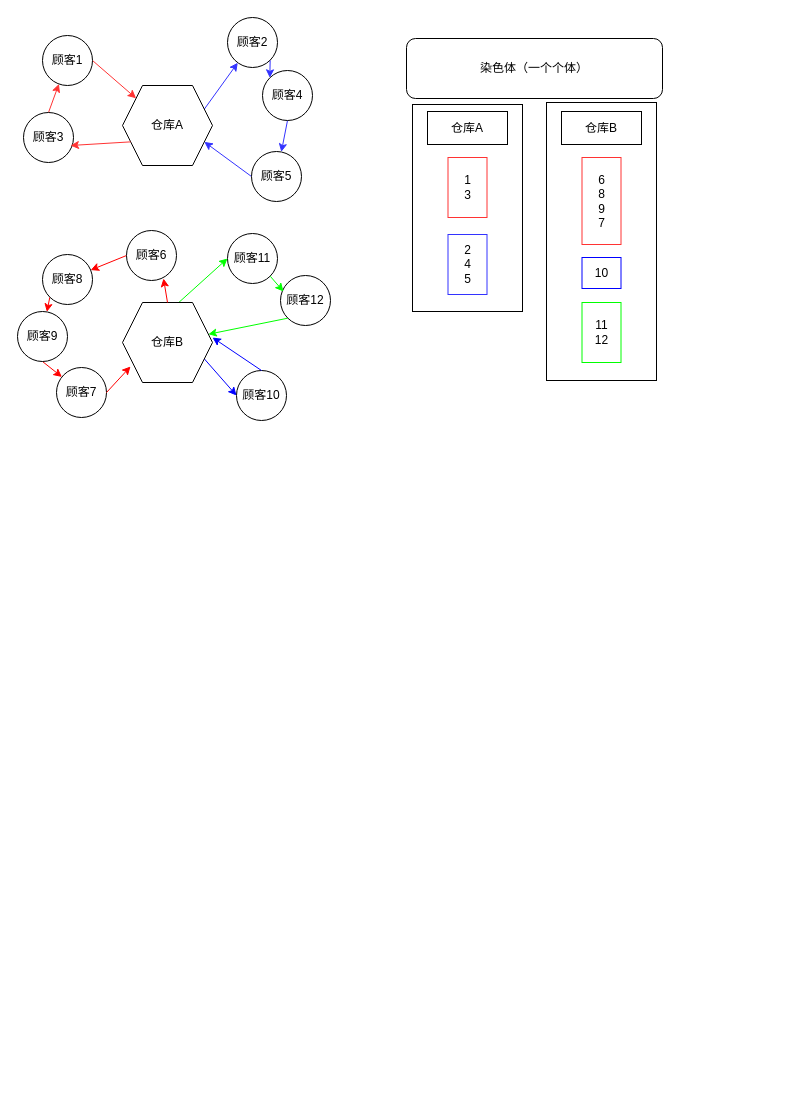
Earlier version of the draw.io diagram demo/染色体编码.drawio (BoningZ/draw.io). Source tidied: cells renumbered, new cells numbered last; positions are measured from the earlier drawing's top-left corner, leaving out a move shared by most shapes. Both pictures are drawn from the tidied source at 100%, with x=0, y=0 at pixel (17, 17).
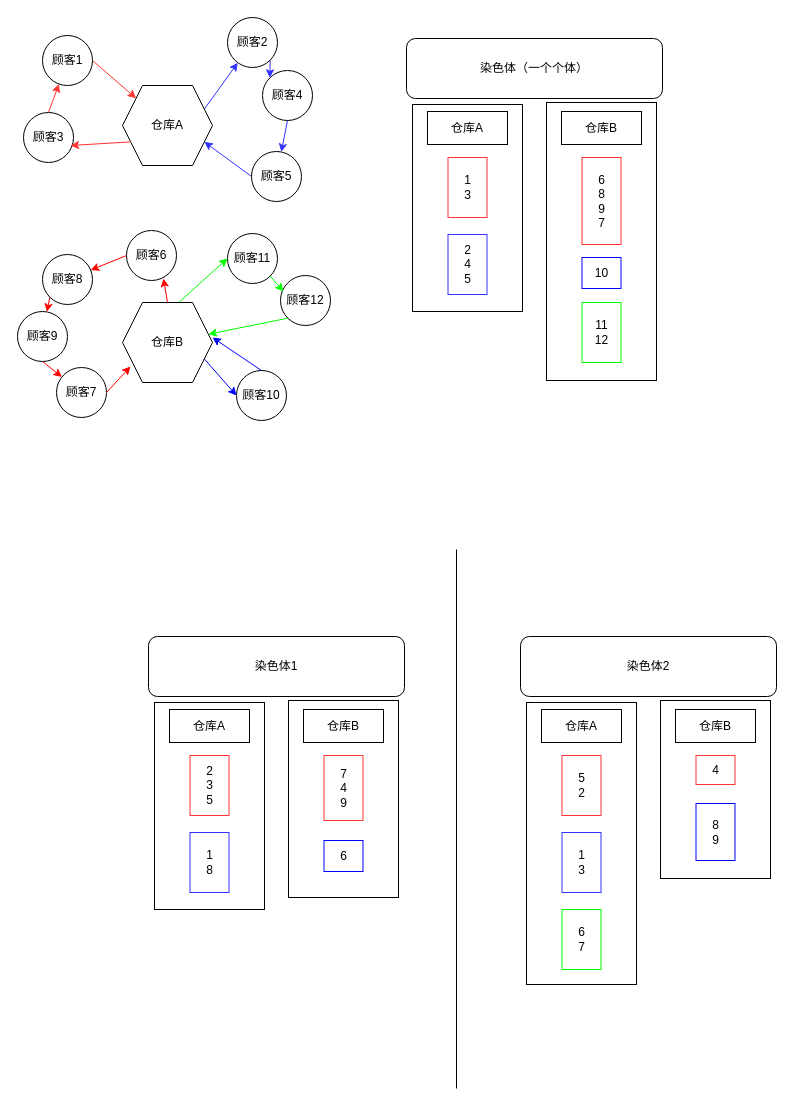
The same page after the edit.

Commit message (it also covers changes not shown here):
更新染色体编码.drawio

What changed in the source:
```diff
@@
+    <mxCell id="43" style="rounded=0;whiteSpace=wrap;html=1;" parent="1" vertex="1">
+      <mxGeometry x="509" y="685" width="110" height="282" as="geometry" />
+    </mxCell>
@@
+    <mxCell id="44" style="endArrow=none;html=1;rounded=0;" parent="1" edge="1">
+      <mxGeometry relative="1" as="geometry">
+        <mxPoint x="439" y="1071" as="sourcePoint" />
+        <mxPoint x="439" y="532" as="targetPoint" />
+      </mxGeometry>
+    </mxCell>
+    <mxCell id="45" style="rounded=0;whiteSpace=wrap;html=1;" parent="1" vertex="1">
+      <mxGeometry x="271" y="683" width="110" height="197" as="geometry" />
+    </mxCell>
+    <mxCell id="46" style="rounded=0;whiteSpace=wrap;html=1;" parent="1" vertex="1">
+      <mxGeometry x="137" y="685" width="110" height="207" as="geometry" />
+    </mxCell>
+    <mxCell id="47" value="染色体1" style="rounded=1;whiteSpace=wrap;html=1;" parent="1" vertex="1">
+      <mxGeometry x="131" y="619" width="256" height="60" as="geometry" />
+    </mxCell>
+    <mxCell id="48" value="仓库A" style="rounded=0;whiteSpace=wrap;html=1;" parent="1" vertex="1">
+      <mxGeometry x="152" y="692" width="80" height="33" as="geometry" />
+    </mxCell>
+    <mxCell id="49" value="仓库B" style="rounded=0;whiteSpace=wrap;html=1;" parent="1" vertex="1">
+      <mxGeometry x="286" y="692" width="80" height="33" as="geometry" />
+    </mxCell>
+    <mxCell id="50" value="2&lt;div&gt;3&lt;/div&gt;&lt;div&gt;5&lt;/div&gt;" style="rounded=0;whiteSpace=wrap;html=1;strokeColor=#FF3333;" parent="1" vertex="1">
+      <mxGeometry x="172.5" y="738" width="39" height="60" as="geometry" />
+    </mxCell>
+    <mxCell id="51" value="1&lt;div&gt;8&lt;/div&gt;" style="rounded=0;whiteSpace=wrap;html=1;strokeColor=#3333FF;" parent="1" vertex="1">
+      <mxGeometry x="172.5" y="815" width="39" height="60" as="geometry" />
+    </mxCell>
+    <mxCell id="52" value="7&lt;div&gt;4&lt;/div&gt;&lt;div&gt;9&lt;/div&gt;" style="rounded=0;whiteSpace=wrap;html=1;strokeColor=#FF3333;" parent="1" vertex="1">
+      <mxGeometry x="306.5" y="738" width="39" height="65" as="geometry" />
+    </mxCell>
+    <mxCell id="53" value="6" style="rounded=0;whiteSpace=wrap;html=1;strokeColor=#0000FF;" parent="1" vertex="1">
+      <mxGeometry x="306.5" y="823" width="39" height="31" as="geometry" />
+    </mxCell>
+    <mxCell id="54" value="6&lt;div&gt;7&lt;/div&gt;" style="rounded=0;whiteSpace=wrap;html=1;strokeColor=#00FF00;" parent="1" vertex="1">
+      <mxGeometry x="544.5" y="892" width="39" height="60" as="geometry" />
+    </mxCell>
+    <mxCell id="55" style="rounded=0;whiteSpace=wrap;html=1;" parent="1" vertex="1">
+      <mxGeometry x="643" y="683" width="110" height="178" as="geometry" />
+    </mxCell>
+    <mxCell id="56" value="染色体2" style="rounded=1;whiteSpace=wrap;html=1;" parent="1" vertex="1">
+      <mxGeometry x="503" y="619" width="256" height="60" as="geometry" />
+    </mxCell>
+    <mxCell id="57" value="仓库A" style="rounded=0;whiteSpace=wrap;html=1;" parent="1" vertex="1">
+      <mxGeometry x="524" y="692" width="80" height="33" as="geometry" />
+    </mxCell>
+    <mxCell id="58" value="仓库B" style="rounded=0;whiteSpace=wrap;html=1;" parent="1" vertex="1">
+      <mxGeometry x="658" y="692" width="80" height="33" as="geometry" />
+    </mxCell>
+    <mxCell id="59" value="5&lt;div&gt;2&lt;/div&gt;" style="rounded=0;whiteSpace=wrap;html=1;strokeColor=#FF3333;" parent="1" vertex="1">
+      <mxGeometry x="544.5" y="738" width="39" height="60" as="geometry" />
+    </mxCell>
+    <mxCell id="60" value="1&lt;div&gt;3&lt;/div&gt;" style="rounded=0;whiteSpace=wrap;html=1;strokeColor=#3333FF;" parent="1" vertex="1">
+      <mxGeometry x="544.5" y="815" width="39" height="60" as="geometry" />
+    </mxCell>
+    <mxCell id="61" value="4" style="rounded=0;whiteSpace=wrap;html=1;strokeColor=#FF3333;" parent="1" vertex="1">
+      <mxGeometry x="678.5" y="738" width="39" height="29" as="geometry" />
+    </mxCell>
+    <mxCell id="62" value="8&lt;div&gt;9&lt;/div&gt;" style="rounded=0;whiteSpace=wrap;html=1;strokeColor=#0000FF;" parent="1" vertex="1">
+      <mxGeometry x="678.5" y="786" width="39" height="57" as="geometry" />
+    </mxCell>
```
